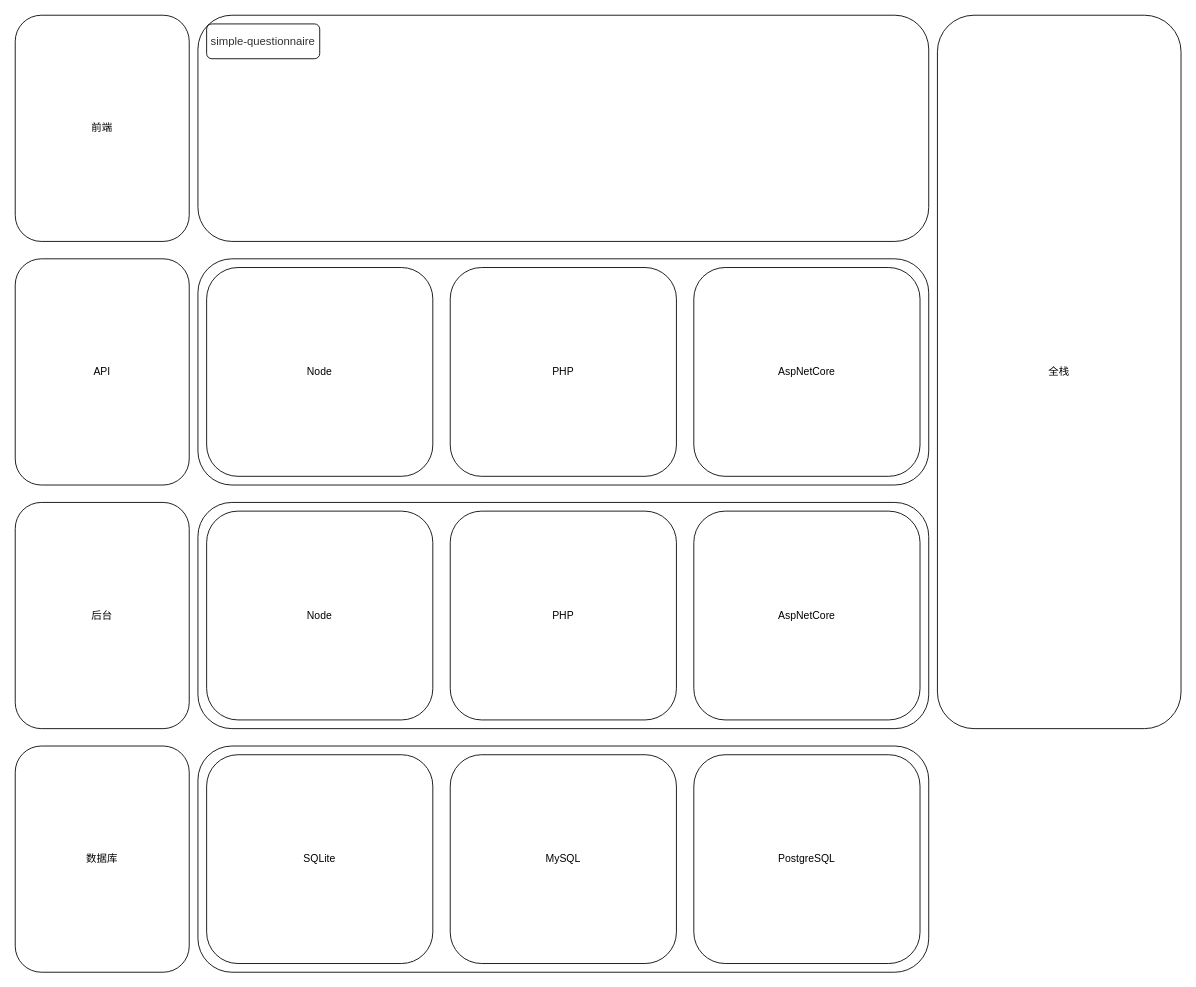
Above: org.drawio in langnang/langnang (draw.io), before the change. Source tidied: cells renumbered, new cells numbered last; positions are measured from the earlier drawing's top-left corner, leaving out a move shared by most shapes. Both pictures are drawn from the tidied source at 87%, with x=0, y=0 at pixel (15, 15).
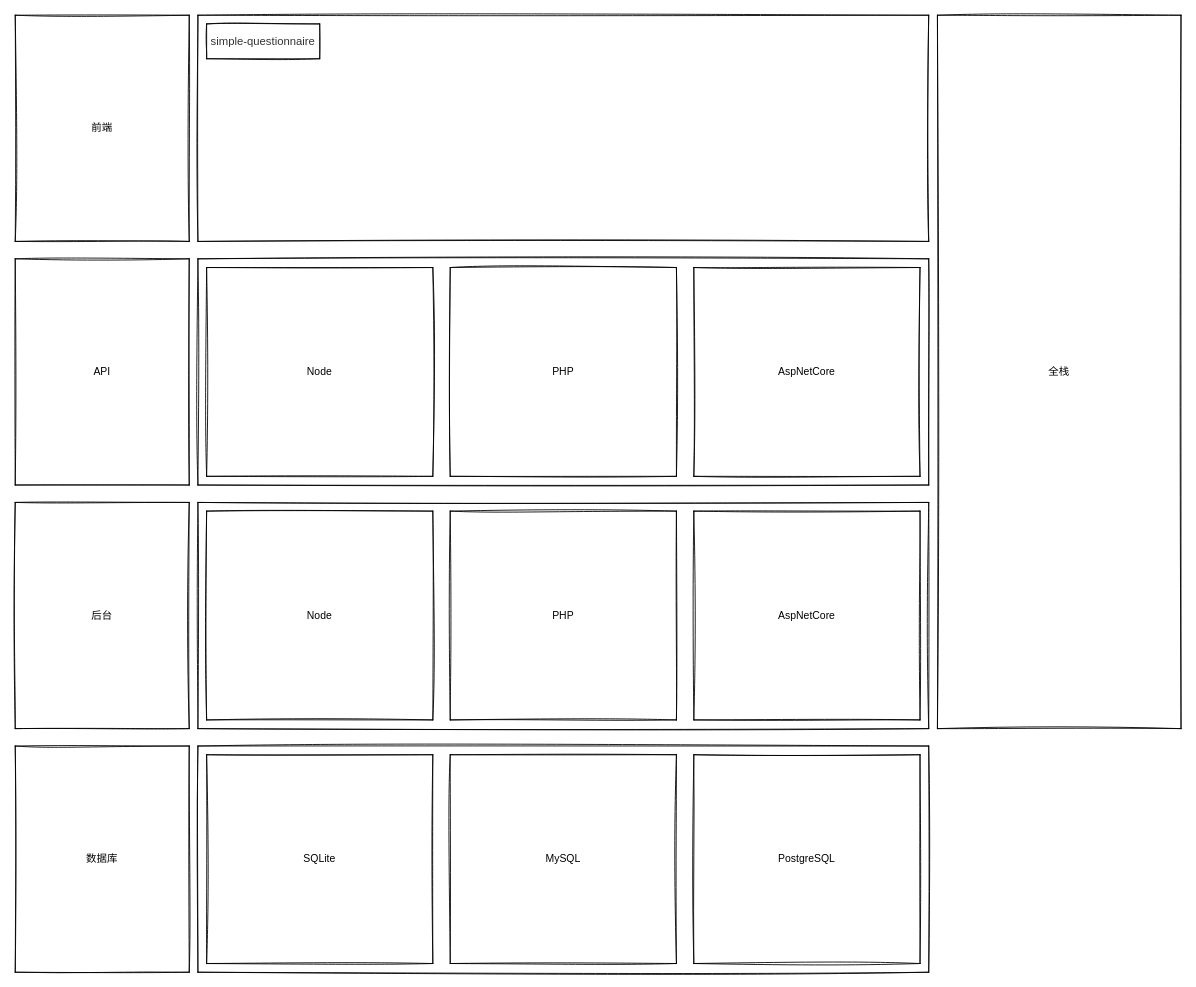
The same diagram, later.

What changed in the source:
```diff
@@
-    <mxCell id="2" style="rounded=1;whiteSpace=wrap;html=1;strokeWidth=1;" parent="1" vertex="1">
+    <mxCell id="2" style="whiteSpace=wrap;html=1;strokeWidth=1;sketch=1;" parent="1" vertex="1">
       <mxGeometry x="210" width="840" height="260" as="geometry" />
     </mxCell>
-    <mxCell id="3" value="前端" style="rounded=1;whiteSpace=wrap;html=1;sketch=0;" parent="1" vertex="1">
+    <mxCell id="3" value="前端" style="whiteSpace=wrap;html=1;sketch=1;" parent="1" vertex="1">
       <mxGeometry width="200" height="260" as="geometry" />
     </mxCell>
-    <mxCell id="4" value="API" style="rounded=1;whiteSpace=wrap;html=1;sketch=0;" parent="1" vertex="1">
+    <mxCell id="4" value="API" style="whiteSpace=wrap;html=1;sketch=1;" parent="1" vertex="1">
       <mxGeometry y="280" width="200" height="260" as="geometry" />
     </mxCell>
-    <mxCell id="5" value="后台" style="rounded=1;whiteSpace=wrap;html=1;sketch=0;" parent="1" vertex="1">
+    <mxCell id="5" value="后台" style="whiteSpace=wrap;html=1;sketch=1;" parent="1" vertex="1">
       <mxGeometry y="560" width="200" height="260" as="geometry" />
     </mxCell>
-    <mxCell id="6" value="数据库" style="rounded=1;whiteSpace=wrap;html=1;sketch=0;" parent="1" vertex="1">
+    <mxCell id="6" value="数据库" style="whiteSpace=wrap;html=1;sketch=1;" parent="1" vertex="1">
       <mxGeometry y="840" width="200" height="260" as="geometry" />
     </mxCell>
-    <mxCell id="7" style="rounded=1;whiteSpace=wrap;html=1;strokeWidth=1;" parent="1" vertex="1">
+    <mxCell id="7" style="whiteSpace=wrap;html=1;strokeWidth=1;sketch=1;" parent="1" vertex="1">
       <mxGeometry x="210" y="280" width="840" height="260" as="geometry" />
     </mxCell>
-    <mxCell id="8" style="rounded=1;whiteSpace=wrap;html=1;strokeWidth=1;" parent="1" vertex="1">
+    <mxCell id="8" style="whiteSpace=wrap;html=1;strokeWidth=1;sketch=1;" parent="1" vertex="1">
       <mxGeometry x="210" y="560" width="840" height="260" as="geometry" />
     </mxCell>
-    <mxCell id="9" style="rounded=1;whiteSpace=wrap;html=1;strokeWidth=1;" parent="1" vertex="1">
+    <mxCell id="9" style="whiteSpace=wrap;html=1;strokeWidth=1;sketch=1;" parent="1" vertex="1">
       <mxGeometry x="210" y="840" width="840" height="260" as="geometry" />
     </mxCell>
-    <mxCell id="10" value="SQLite" style="rounded=1;whiteSpace=wrap;html=1;sketch=0;" parent="1" vertex="1">
+    <mxCell id="10" value="SQLite" style="whiteSpace=wrap;html=1;sketch=1;" parent="1" vertex="1">
       <mxGeometry x="220" y="850" width="260" height="240" as="geometry" />
     </mxCell>
-    <mxCell id="11" value="MySQL" style="rounded=1;whiteSpace=wrap;html=1;sketch=0;" parent="1" vertex="1">
+    <mxCell id="11" value="MySQL" style="whiteSpace=wrap;html=1;sketch=1;" parent="1" vertex="1">
       <mxGeometry x="500" y="850" width="260" height="240" as="geometry" />
     </mxCell>
-    <mxCell id="12" value="PostgreSQL" style="rounded=1;whiteSpace=wrap;html=1;sketch=0;" parent="1" vertex="1">
+    <mxCell id="12" value="PostgreSQL" style="whiteSpace=wrap;html=1;sketch=1;" parent="1" vertex="1">
       <mxGeometry x="780" y="850" width="260" height="240" as="geometry" />
     </mxCell>
-    <mxCell id="13" value="全栈" style="rounded=1;whiteSpace=wrap;html=1;sketch=0;" parent="1" vertex="1">
+    <mxCell id="13" value="全栈" style="whiteSpace=wrap;html=1;sketch=1;" parent="1" vertex="1">
       <mxGeometry x="1060" width="280" height="820" as="geometry" />
     </mxCell>
-    <mxCell id="14" value="Node" style="rounded=1;whiteSpace=wrap;html=1;sketch=0;" parent="1" vertex="1">
+    <mxCell id="14" value="Node" style="whiteSpace=wrap;html=1;sketch=1;" parent="1" vertex="1">
       <mxGeometry x="220" y="570" width="260" height="240" as="geometry" />
     </mxCell>
-    <mxCell id="15" value="PHP" style="rounded=1;whiteSpace=wrap;html=1;sketch=0;" parent="1" vertex="1">
+    <mxCell id="15" value="PHP" style="whiteSpace=wrap;html=1;sketch=1;" parent="1" vertex="1">
       <mxGeometry x="500" y="570" width="260" height="240" as="geometry" />
     </mxCell>
-    <mxCell id="16" value="AspNetCore" style="rounded=1;whiteSpace=wrap;html=1;sketch=0;" parent="1" vertex="1">
+    <mxCell id="16" value="AspNetCore" style="whiteSpace=wrap;html=1;sketch=1;" parent="1" vertex="1">
       <mxGeometry x="780" y="570" width="260" height="240" as="geometry" />
     </mxCell>
-    <mxCell id="17" value="Node" style="rounded=1;whiteSpace=wrap;html=1;sketch=0;" parent="1" vertex="1">
+    <mxCell id="17" value="Node" style="whiteSpace=wrap;html=1;sketch=1;" parent="1" vertex="1">
       <mxGeometry x="220" y="290" width="260" height="240" as="geometry" />
     </mxCell>
-    <mxCell id="18" value="PHP" style="rounded=1;whiteSpace=wrap;html=1;sketch=0;" parent="1" vertex="1">
+    <mxCell id="18" value="PHP" style="whiteSpace=wrap;html=1;sketch=1;" parent="1" vertex="1">
       <mxGeometry x="500" y="290" width="260" height="240" as="geometry" />
     </mxCell>
-    <mxCell id="19" value="AspNetCore" style="rounded=1;whiteSpace=wrap;html=1;sketch=0;" parent="1" vertex="1">
+    <mxCell id="19" value="AspNetCore" style="whiteSpace=wrap;html=1;sketch=1;" parent="1" vertex="1">
       <mxGeometry x="780" y="290" width="260" height="240" as="geometry" />
     </mxCell>
-    <mxCell id="20" value="&lt;span style=&quot;color: rgb(50 , 50 , 50) ; font-size: 13px ; background-color: rgba(255 , 255 , 255 , 0.01)&quot;&gt;simple-questionnaire&lt;/span&gt;" style="rounded=1;whiteSpace=wrap;html=1;sketch=0;" parent="1" vertex="1">
+    <mxCell id="20" value="&lt;span style=&quot;color: rgb(50 , 50 , 50) ; font-size: 13px ; background-color: rgba(255 , 255 , 255 , 0.01)&quot;&gt;simple-questionnaire&lt;/span&gt;" style="whiteSpace=wrap;html=1;sketch=1;" parent="1" vertex="1">
       <mxGeometry x="220" y="10" width="130" height="40" as="geometry" />
     </mxCell>
```
